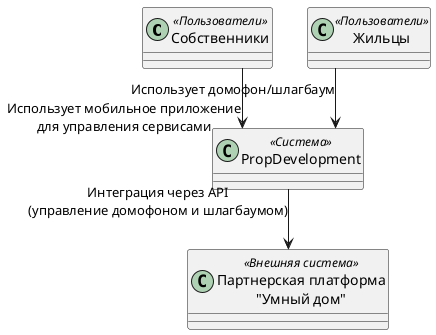
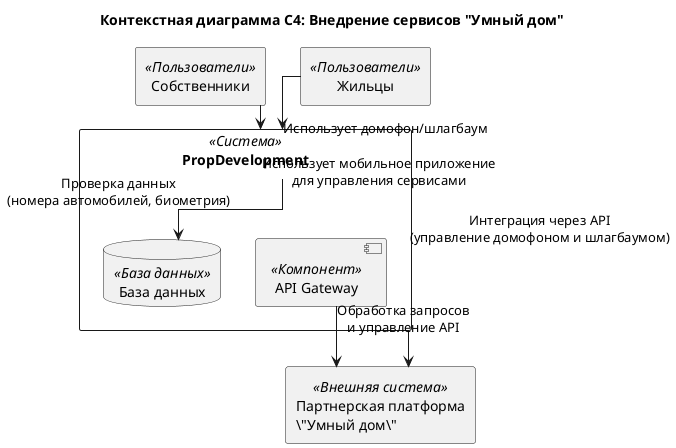
@startuml
!define RECTANGLE class

skinparam linetype ortho

- RECTANGLE "Собственники" as Собственники <<Пользователи>> {
+ title Контекстная диаграмма C4: Внедрение сервисов "Умный дом"
+ 
+ rectangle "Собственники" as Собственники <<Пользователи>> {
}

- RECTANGLE "Жильцы" as Жильцы <<Пользователи>> {
+ rectangle "Жильцы" as Жильцы <<Пользователи>> {
}

- RECTANGLE "Партнерская платформа\n"Умный дом"" as ПартнерскаяПлатформа <<Внешняя система>> {
+ rectangle "Партнерская платформа\n\"Умный дом\"" as ПартнерскаяПлатформа <<Внешняя система>> {
}

- 
- RECTANGLE "PropDevelopment" as PropDevelopment <<Система>> {
+ rectangle "PropDevelopment" as PropDevelopment <<Система>> {
+     component "API Gateway" as APIGateway <<Компонент>> {
+     }
+     database "База данных" as БазаДанных <<База данных>> {
+     }
}

Собственники --> PropDevelopment : Использует мобильное приложение\nдля управления сервисами
Жильцы --> PropDevelopment : Использует домофон/шлагбаум
PropDevelopment --> ПартнерскаяПлатформа : Интеграция через API\n(управление домофоном и шлагбаумом)
- 
+ PropDevelopment --> БазаДанных : Проверка данных\n(номера автомобилей, биометрия)
+ APIGateway --> ПартнерскаяПлатформа : Обработка запросов\nи управление API

@enduml